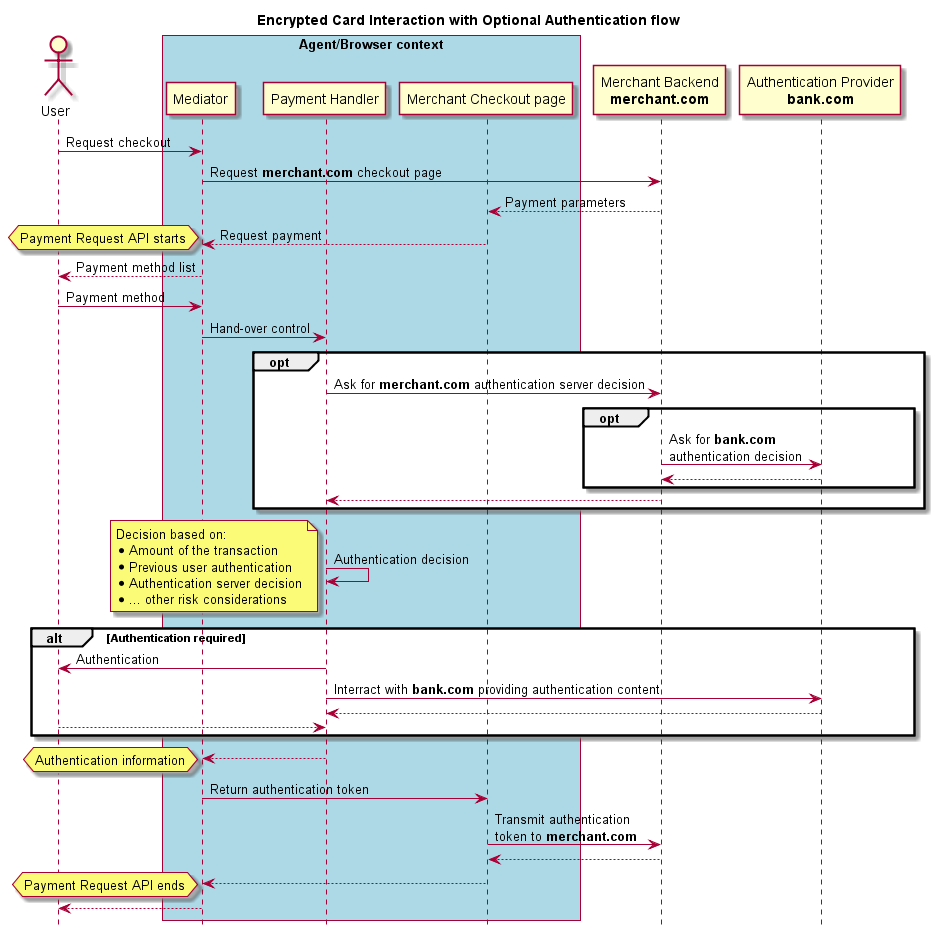
Earlier version of the PlantUML export sequence-diagram-PRAPI-3DS2-proposal-with-domain.png (lyra-labs/poc-w3c-webpayments).
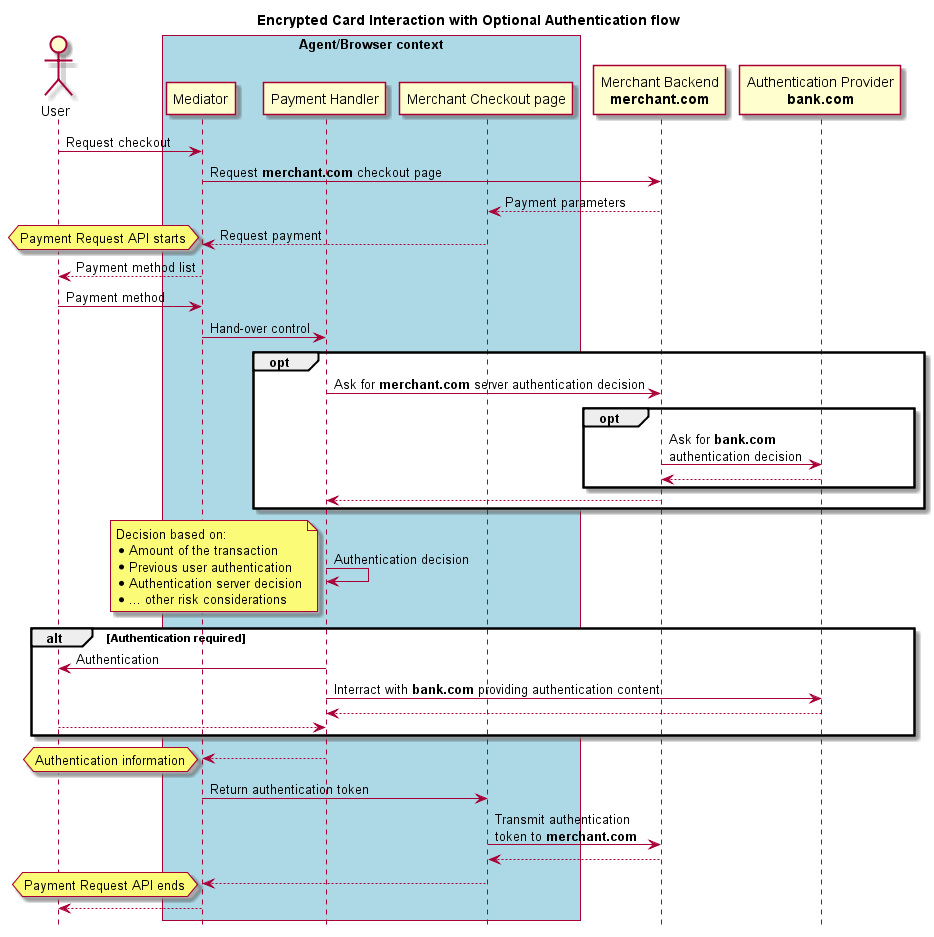
The same diagram one commit later.

Commit message:
Little syntax evolution.

Diff of the diagram source:
```diff
@@ -24,7 +24,7 @@
 B -> C : Hand-over control
 
 opt
-C -> D : Ask for **merchant.com** authentication server decision
+C -> D : Ask for **merchant.com** server authentication decision
 opt
 D -> F: Ask for **bank.com**\nauthentication decision
 F --> D
```
